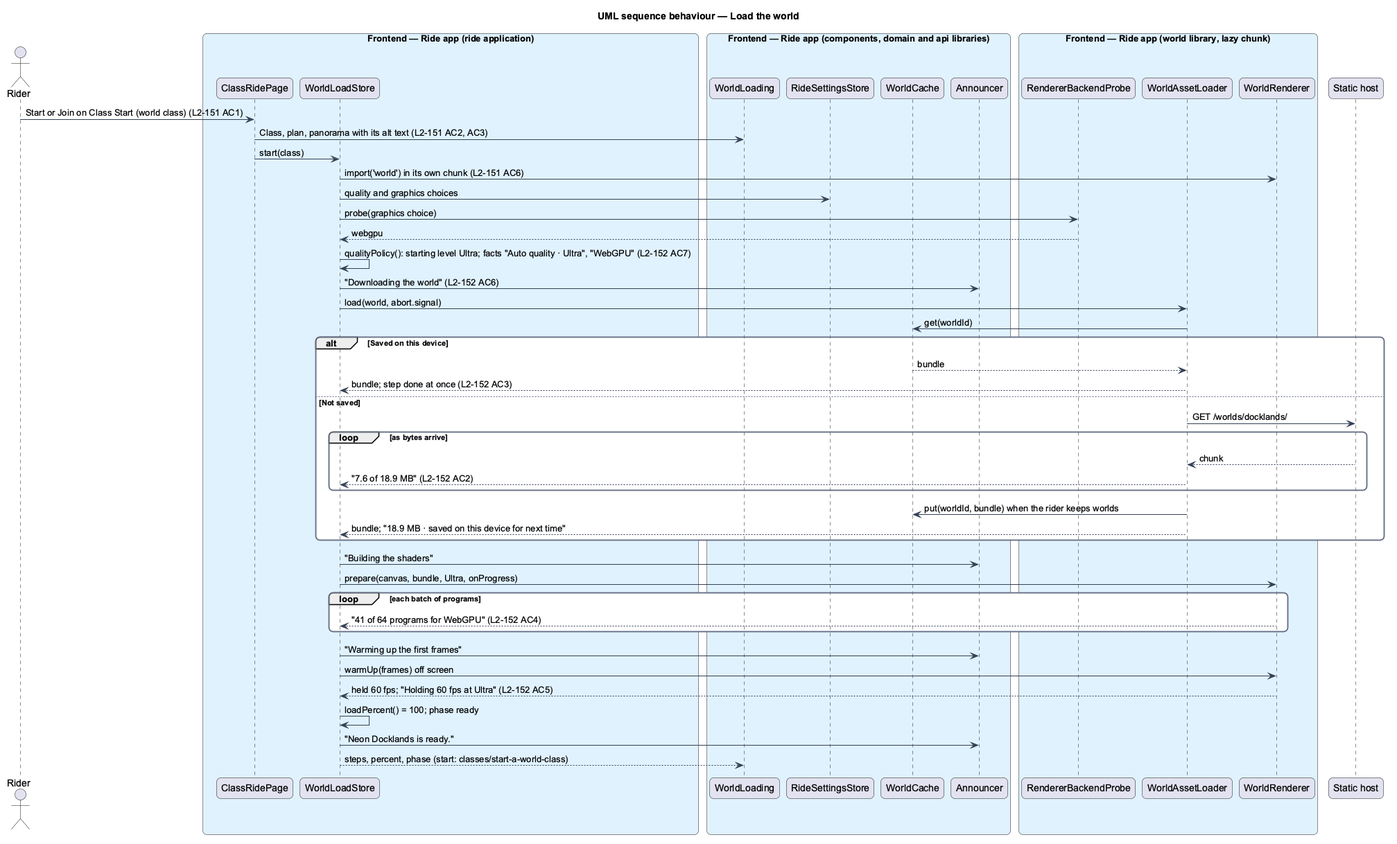
Earlier version of the PlantUML export docs/detailed-designs/classes/load-a-class-world/diagrams/sequence-load-the-world.png (QuinntyneBrown/ride-one).
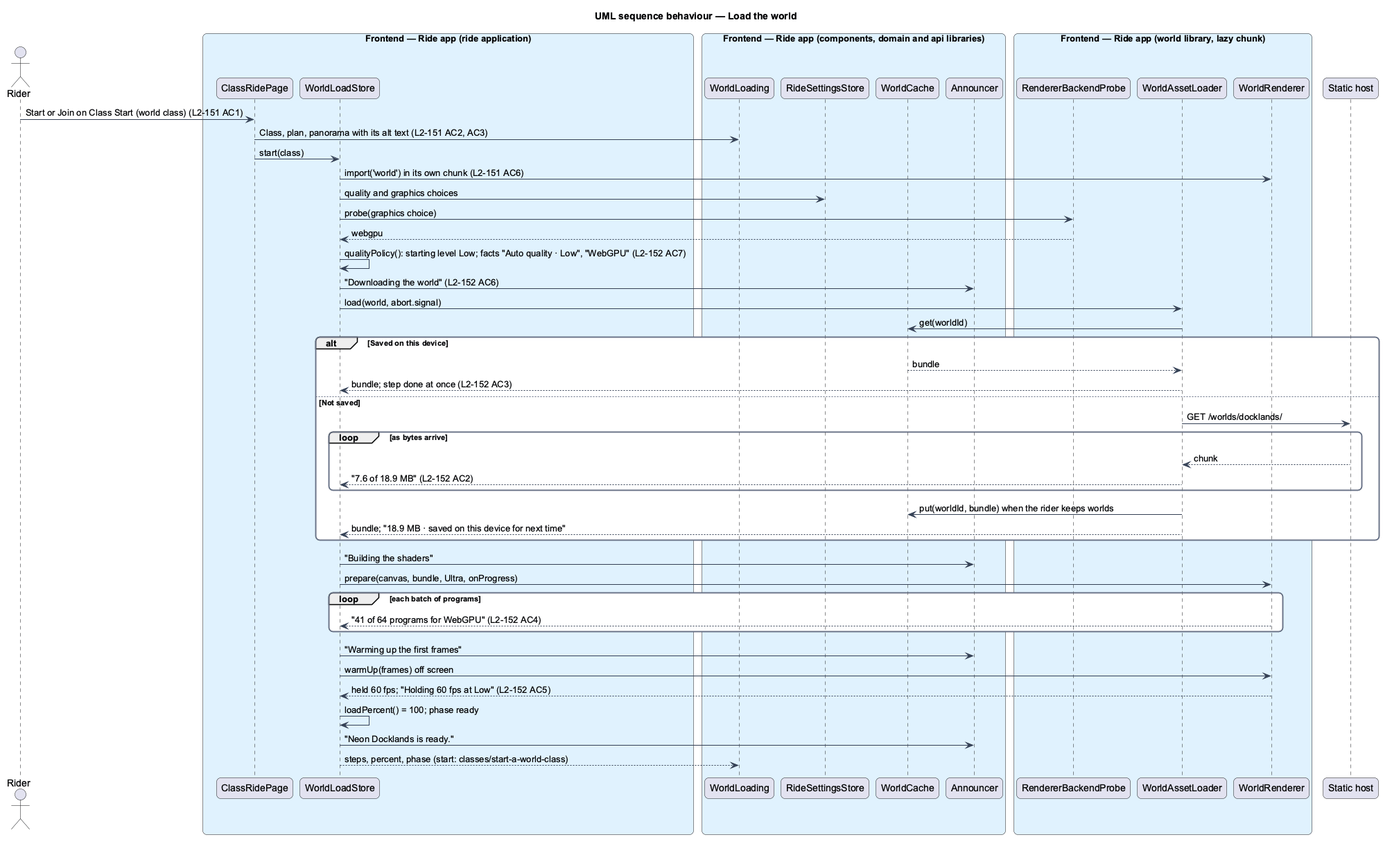
The same diagram one commit later.

What changed in the source:
```diff
@@ -38,7 +38,7 @@
 store -> settings : quality and graphics choices
 store -> probe : probe(graphics choice)
 probe --> store : webgpu
-store -> store : qualityPolicy(): starting level Ultra; facts "Auto quality · Ultra", "WebGPU" (L2-152 AC7)
+store -> store : qualityPolicy(): starting level Low; facts "Auto quality · Low", "WebGPU" (L2-152 AC7)
 store -> ann : "Downloading the world" (L2-152 AC6)
 store -> loader : load(world, abort.signal)
 loader -> cache : get(worldId)
@@ -61,7 +61,7 @@
 end
 store -> ann : "Warming up the first frames"
 store -> renderer : warmUp(frames) off screen
-renderer --> store : held 60 fps; "Holding 60 fps at Ultra" (L2-152 AC5)
+renderer --> store : held 60 fps; "Holding 60 fps at Low" (L2-152 AC5)
 store -> store : loadPercent() = 100; phase ready
 store -> ann : "Neon Docklands is ready."
 store --> view : steps, percent, phase (start: classes/start-a-world-class)
```
